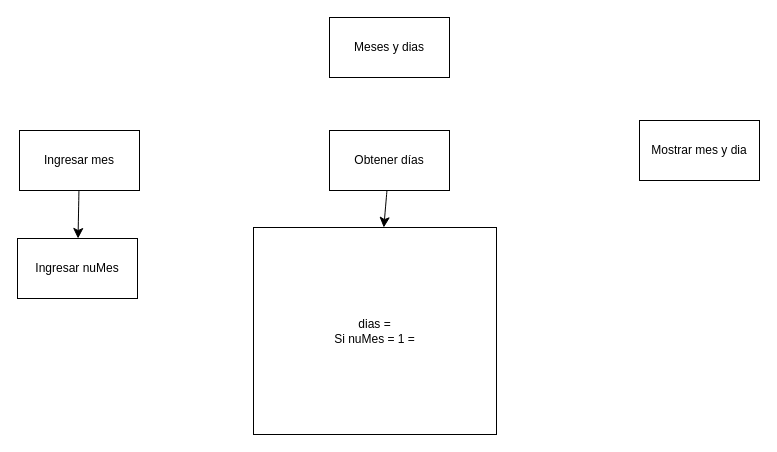
The draw.io diagram page "Ejercicio 8" (7 of 8) of practica_programacion_2/Diagramas.drawio in Creator125/Practicas-JavaScript-C13, before the edit. Source tidied: cells renumbered, new cells numbered last; positions are measured from the earlier drawing's top-left corner, leaving out a move shared by most shapes. Both pictures are drawn from the tidied source at 100%, with x=0, y=0 at pixel (17, 17).
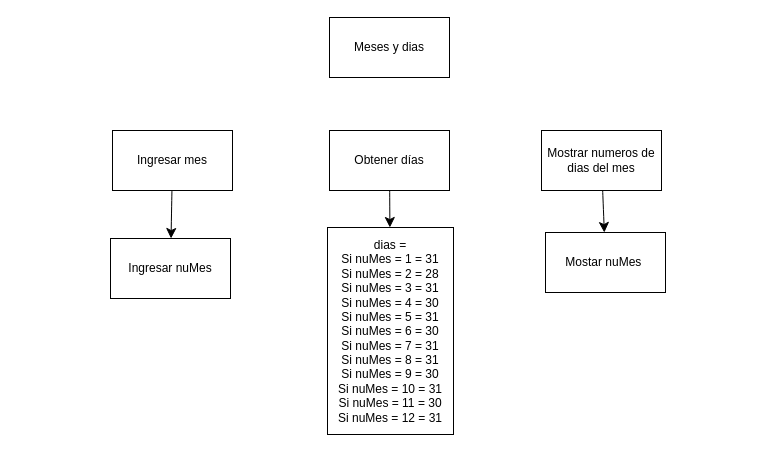
The same page after the edit.

Change to the diagram source:
```diff
@@
 <mxGraphModel>
   <root>
     <mxCell id="0" />
     <mxCell id="1" parent="0" />
     <mxCell id="2" value="Meses y dias" style="rounded=0;whiteSpace=wrap;html=1;fontSize=12;" parent="1" vertex="1">
       <mxGeometry x="312" width="120" height="60" as="geometry" />
     </mxCell>
     <mxCell id="3" style="edgeStyle=none;curved=1;rounded=0;jettySize=auto;html=1;fontSize=12;startSize=8;endSize=8;" parent="1" edge="1" source="4" target="8">
       <mxGeometry relative="1" as="geometry" />
     </mxCell>
     <mxCell id="4" value="Ingresar mes" style="rounded=0;whiteSpace=wrap;html=1;fontSize=12;" parent="1" vertex="1">
-      <mxGeometry x="2" y="113" width="120" height="60" as="geometry" />
+      <mxGeometry x="95" y="113" width="120" height="60" as="geometry" />
     </mxCell>
     <mxCell id="5" style="edgeStyle=none;curved=1;rounded=0;jettySize=auto;html=1;fontSize=12;startSize=8;endSize=8;" parent="1" edge="1" source="6" target="9">
       <mxGeometry relative="1" as="geometry" />
     </mxCell>
     <mxCell id="6" value="Obtener días" style="rounded=0;whiteSpace=wrap;html=1;fontSize=12;" parent="1" vertex="1">
       <mxGeometry x="312" y="113" width="120" height="60" as="geometry" />
     </mxCell>
+    <mxCell id="10" style="edgeStyle=none;curved=1;rounded=0;jettySize=auto;html=1;fontSize=12;startSize=8;endSize=8;" parent="1" edge="1" source="7" target="11">
+      <mxGeometry relative="1" as="geometry" />
+    </mxCell>
-    <mxCell id="7" value="Mostrar mes y dia" style="rounded=0;whiteSpace=wrap;html=1;fontSize=12;" parent="1" vertex="1">
-      <mxGeometry x="622" y="103" width="120" height="60" as="geometry" />
+    <mxCell id="7" value="Mostrar numeros de dias del mes" style="rounded=0;whiteSpace=wrap;html=1;fontSize=12;" parent="1" vertex="1">
+      <mxGeometry x="524" y="113" width="120" height="60" as="geometry" />
     </mxCell>
     <mxCell id="8" value="Ingresar nuMes" style="rounded=0;whiteSpace=wrap;html=1;fontSize=12;" parent="1" vertex="1">
-      <mxGeometry y="221" width="120" height="60" as="geometry" />
+      <mxGeometry x="93" y="221" width="120" height="60" as="geometry" />
     </mxCell>
-    <mxCell id="9" value="dias =&lt;br&gt;Si nuMes = 1 =" style="whiteSpace=wrap;html=1;rounded=0;fontSize=12;" parent="1" vertex="1">
-      <mxGeometry x="236" y="210" width="243" height="207" as="geometry" />
+    <mxCell id="9" value="dias =&lt;br&gt;Si nuMes = 1 = 31&lt;br&gt;Si nuMes = 2 = 28&lt;br&gt;Si nuMes = 3 = 31&lt;br&gt;Si nuMes = 4 = 30&lt;br&gt;Si nuMes = 5 = 31&lt;br&gt;Si nuMes = 6 = 30&lt;br&gt;Si nuMes = 7 = 31&lt;br&gt;Si nuMes = 8 = 31&lt;br&gt;Si nuMes = 9 = 30&lt;br&gt;Si nuMes = 10 = 31&lt;br&gt;Si nuMes = 11 = 30&lt;br&gt;Si nuMes = 12 = 31" style="whiteSpace=wrap;html=1;rounded=0;fontSize=12;" parent="1" vertex="1">
+      <mxGeometry x="310" y="210" width="126" height="207" as="geometry" />
     </mxCell>
+    <mxCell id="11" value="Mostar nuMes&amp;nbsp;" style="whiteSpace=wrap;html=1;rounded=0;fontSize=12;" parent="1" vertex="1">
+      <mxGeometry x="528" y="215" width="120" height="60" as="geometry" />
+    </mxCell>
   </root>
 </mxGraphModel>
```
